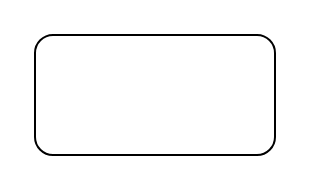
chenjinxin1124/diagrams keeps this draw.io diagram as 未命名绘图.drawio. Above is the earlier version. Source tidied: cells renumbered, new cells numbered last; positions are measured from the earlier drawing's top-left corner, leaving out a move shared by most shapes. Both pictures are drawn from the tidied source at 200%, with x=0, y=0 at pixel (34, 34).
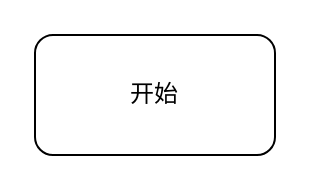
Above is the later version.

Commit message:
交互式部署.drawio

What changed in the source:
```diff
@@
 <mxGraphModel>
   <root>
     <mxCell id="0" />
     <mxCell id="1" parent="0" />
-    <mxCell id="2" style="rounded=1;whiteSpace=wrap;html=1;" parent="1" vertex="1">
+    <mxCell id="2" value="开始" style="rounded=1;whiteSpace=wrap;html=1;" parent="1" vertex="1">
       <mxGeometry width="120" height="60" as="geometry" />
     </mxCell>
   </root>
 </mxGraphModel>
```
